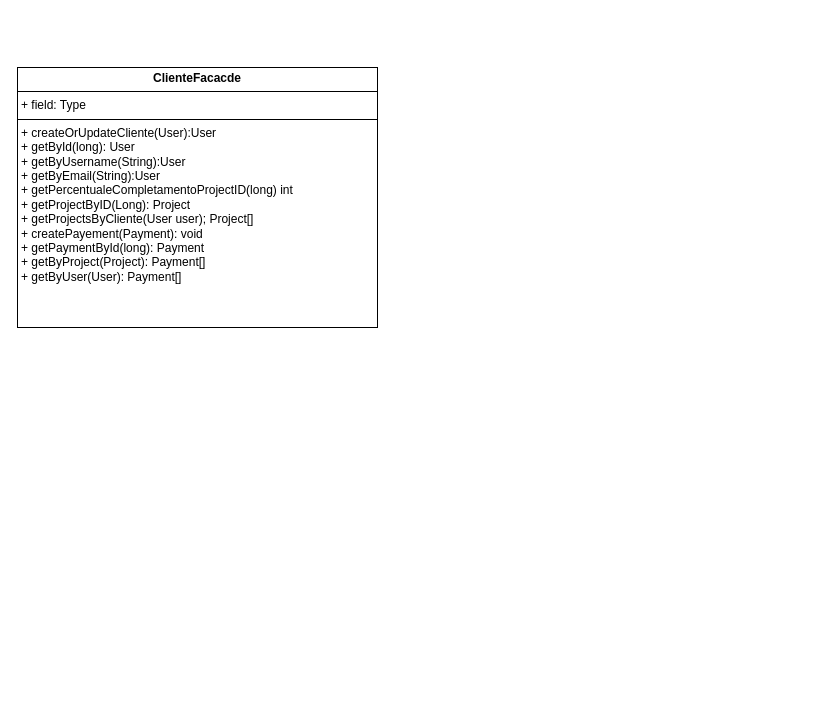
The draw.io diagram page "Facade" (3 of 3) of gestione_progetti_uml.drawio in davide-vigano-tas/gestione_progetti, before the edit. Source tidied: cells renumbered, new cells numbered last; positions are measured from the earlier drawing's top-left corner, leaving out a move shared by most shapes. Both pictures are drawn from the tidied source at 100%, with x=0, y=0 at pixel (17, 67).
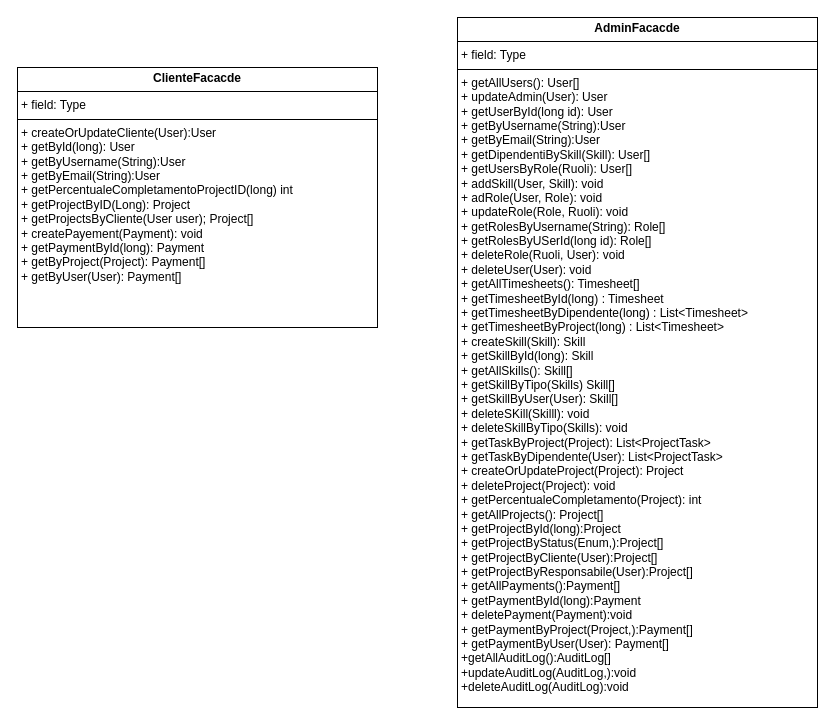
The same diagram, later.

The edit, as a diff of the source:
```diff
@@
 <mxGraphModel>
   <root>
     <mxCell id="0" />
     <mxCell id="1" parent="0" />
     <mxCell id="2" value="&lt;p style=&quot;margin:0px;margin-top:4px;text-align:center;&quot;&gt;&lt;b&gt;ClienteFacacde&lt;/b&gt;&lt;/p&gt;&lt;hr size=&quot;1&quot; style=&quot;border-style:solid;&quot;&gt;&lt;p style=&quot;margin:0px;margin-left:4px;&quot;&gt;+ field: Type&lt;/p&gt;&lt;hr size=&quot;1&quot; style=&quot;border-style:solid;&quot;&gt;&lt;p style=&quot;margin:0px;margin-left:4px;&quot;&gt;+ createOrUpdateCliente(User):User&lt;/p&gt;&lt;p style=&quot;margin:0px;margin-left:4px;&quot;&gt;+ getById(long): User&lt;/p&gt;&lt;p style=&quot;margin:0px;margin-left:4px;&quot;&gt;+ getByUsername(String):User&lt;/p&gt;&lt;p style=&quot;margin:0px;margin-left:4px;&quot;&gt;+ getByEmail(String):User&lt;/p&gt;&lt;p style=&quot;margin:0px;margin-left:4px;&quot;&gt;&lt;span style=&quot;background-color: transparent; color: light-dark(rgb(0, 0, 0), rgb(255, 255, 255));&quot;&gt;+ getPercentualeCompletamentoProjectID(long) int&lt;/span&gt;&lt;/p&gt;&lt;p style=&quot;margin:0px;margin-left:4px;&quot;&gt;+ getProjectByID(Long): Project&lt;/p&gt;&lt;p style=&quot;margin:0px;margin-left:4px;&quot;&gt;+ getProjectsByCliente(User user); Project[]&lt;/p&gt;&lt;p style=&quot;margin:0px;margin-left:4px;&quot;&gt;+ createPayement(Payment): void&lt;/p&gt;&lt;p style=&quot;margin:0px;margin-left:4px;&quot;&gt;+ getPaymentById(long): Payment&lt;/p&gt;&lt;p style=&quot;margin:0px;margin-left:4px;&quot;&gt;+ getByProject(Project): Payment[]&lt;/p&gt;&lt;p style=&quot;margin:0px;margin-left:4px;&quot;&gt;+ getByUser(User): Payment[]&lt;/p&gt;&lt;p style=&quot;margin:0px;margin-left:4px;&quot;&gt;&lt;br&gt;&lt;/p&gt;" style="verticalAlign=top;align=left;overflow=fill;html=1;whiteSpace=wrap;" parent="1" vertex="1">
       <mxGeometry width="360" height="260" as="geometry" />
     </mxCell>
+    <mxCell id="3" value="&lt;p style=&quot;margin:0px;margin-top:4px;text-align:center;&quot;&gt;&lt;b&gt;AdminFacacde&lt;/b&gt;&lt;/p&gt;&lt;hr size=&quot;1&quot; style=&quot;border-style:solid;&quot;&gt;&lt;p style=&quot;margin:0px;margin-left:4px;&quot;&gt;+ field: Type&lt;/p&gt;&lt;hr size=&quot;1&quot; style=&quot;border-style:solid;&quot;&gt;&lt;p style=&quot;margin:0px;margin-left:4px;&quot;&gt;+ getAllUsers(): User[]&lt;/p&gt;&lt;p style=&quot;margin:0px;margin-left:4px;&quot;&gt;+ updateAdmin(User): User&lt;/p&gt;&lt;p style=&quot;margin:0px;margin-left:4px;&quot;&gt;+ getUserById(long id): User&lt;/p&gt;&lt;p style=&quot;margin: 0px 0px 0px 4px;&quot;&gt;+ getByUsername(String):User&lt;/p&gt;&lt;p style=&quot;margin: 0px 0px 0px 4px;&quot;&gt;+ getByEmail(String):User&lt;/p&gt;&lt;p style=&quot;margin: 0px 0px 0px 4px;&quot;&gt;+ getDipendentiBySkill(Skill): User[]&lt;/p&gt;&lt;p style=&quot;margin: 0px 0px 0px 4px;&quot;&gt;+ getUsersByRole(Ruoli): User[]&lt;/p&gt;&lt;p style=&quot;margin: 0px 0px 0px 4px;&quot;&gt;+ addSkill(User, Skill): void&lt;/p&gt;&lt;p style=&quot;margin: 0px 0px 0px 4px;&quot;&gt;+ adRole(User, Role): void&lt;/p&gt;&lt;p style=&quot;margin: 0px 0px 0px 4px;&quot;&gt;+ updateRole(Role, Ruoli): void&lt;/p&gt;&lt;p style=&quot;margin: 0px 0px 0px 4px;&quot;&gt;+ getRolesByUsername(String): Role[]&lt;/p&gt;&lt;p style=&quot;margin: 0px 0px 0px 4px;&quot;&gt;+ getRolesByUSerId(long id): Role[]&lt;/p&gt;&lt;p style=&quot;margin: 0px 0px 0px 4px;&quot;&gt;+ deleteRole(Ruoli, User): void&lt;/p&gt;&lt;p style=&quot;margin: 0px 0px 0px 4px;&quot;&gt;+ deleteUser(User): void&amp;nbsp;&lt;/p&gt;&lt;p style=&quot;margin: 0px 0px 0px 4px;&quot;&gt;+ getAllTimesheets(): Timesheet[]&lt;/p&gt;&lt;p style=&quot;margin: 0px 0px 0px 4px;&quot;&gt;+ getTimesheetById(long) : Timesheet&lt;/p&gt;&lt;p style=&quot;margin: 0px 0px 0px 4px;&quot;&gt;+ getTimesheetByDipendente(long) : List&amp;lt;Timesheet&amp;gt;&lt;/p&gt;&lt;p style=&quot;margin:0px;margin-left:4px;&quot;&gt;+ getTimesheetByProject(long) : List&amp;lt;Timesheet&amp;gt;&lt;/p&gt;&lt;p style=&quot;margin:0px;margin-left:4px;&quot;&gt;+ createSkill(Skill): Skill&lt;/p&gt;&lt;p style=&quot;margin:0px;margin-left:4px;&quot;&gt;+ getSkillById(long): Skill&lt;/p&gt;&lt;p style=&quot;margin:0px;margin-left:4px;&quot;&gt;+ getAllSkills(): Skill[]&lt;/p&gt;&lt;p style=&quot;margin:0px;margin-left:4px;&quot;&gt;+ getSkillByTipo(Skills) Skill[]&lt;/p&gt;&lt;p style=&quot;margin:0px;margin-left:4px;&quot;&gt;+ getSkillByUser(User): Skill[]&lt;/p&gt;&lt;p style=&quot;margin:0px;margin-left:4px;&quot;&gt;+ deleteSKill(Skilll): void&lt;/p&gt;&lt;p style=&quot;margin:0px;margin-left:4px;&quot;&gt;+ deleteSkillByTipo(Skills): void&lt;/p&gt;&lt;p style=&quot;margin:0px;margin-left:4px;&quot;&gt;+ getTaskByProject(Project): List&amp;lt;ProjectTask&amp;gt;&lt;/p&gt;&lt;p style=&quot;margin:0px;margin-left:4px;&quot;&gt;+ getTaskByDipendente(User): List&amp;lt;ProjectTask&amp;gt;&lt;/p&gt;&lt;p style=&quot;margin:0px;margin-left:4px;&quot;&gt;+ createOrUpdateProject(Project): Project&lt;/p&gt;&lt;p style=&quot;margin:0px;margin-left:4px;&quot;&gt;+ deleteProject(Project): void&lt;/p&gt;&lt;p style=&quot;margin:0px;margin-left:4px;&quot;&gt;+ getPercentualeCompletamento(Project): int&lt;/p&gt;&lt;p style=&quot;margin:0px;margin-left:4px;&quot;&gt;&lt;span style=&quot;background-color: transparent; color: light-dark(rgb(0, 0, 0), rgb(255, 255, 255));&quot;&gt;+ getAllProjects(): Project[]&lt;/span&gt;&lt;/p&gt;&lt;p style=&quot;margin: 0px 0px 0px 4px;&quot;&gt;+ getProjectById(long):Project&lt;/p&gt;&lt;p style=&quot;margin: 0px 0px 0px 4px;&quot;&gt;+ getProjectByStatus(Enum,):Project[]&lt;/p&gt;&lt;p style=&quot;margin: 0px 0px 0px 4px;&quot;&gt;+ getProjectByCliente(User):Project[]&lt;/p&gt;&lt;p style=&quot;margin: 0px 0px 0px 4px;&quot;&gt;+ getProjectByResponsabile(User):Project[]&lt;/p&gt;&lt;p style=&quot;margin: 0px 0px 0px 4px;&quot;&gt;+ getAllPayments():Payment[]&lt;/p&gt;&lt;p style=&quot;margin: 0px 0px 0px 4px;&quot;&gt;+ getPaymentById(long):Payment&lt;/p&gt;&lt;p style=&quot;margin: 0px 0px 0px 4px;&quot;&gt;+ deletePayment(Payment):void&lt;/p&gt;&lt;p style=&quot;margin: 0px 0px 0px 4px;&quot;&gt;+ getPaymentByProject(Project,):Payment[]&lt;/p&gt;&lt;p style=&quot;margin: 0px 0px 0px 4px;&quot;&gt;+ getPaymentByUser(User): Payment[]&lt;/p&gt;&lt;p style=&quot;margin: 0px 0px 0px 4px;&quot;&gt;+getAllAuditLog():AuditLog[]&lt;/p&gt;&lt;p style=&quot;margin: 0px 0px 0px 4px;&quot;&gt;+updateAuditLog(AuditLog,):void&lt;/p&gt;&lt;p style=&quot;margin: 0px 0px 0px 4px;&quot;&gt;+deleteAuditLog(AuditLog):void&lt;/p&gt;&lt;p style=&quot;margin: 0px 0px 0px 4px;&quot;&gt;&lt;br&gt;&lt;/p&gt;" style="verticalAlign=top;align=left;overflow=fill;html=1;whiteSpace=wrap;" parent="1" vertex="1">
+      <mxGeometry x="440" y="-50" width="360" height="690" as="geometry" />
+    </mxCell>
   </root>
 </mxGraphModel>
```
